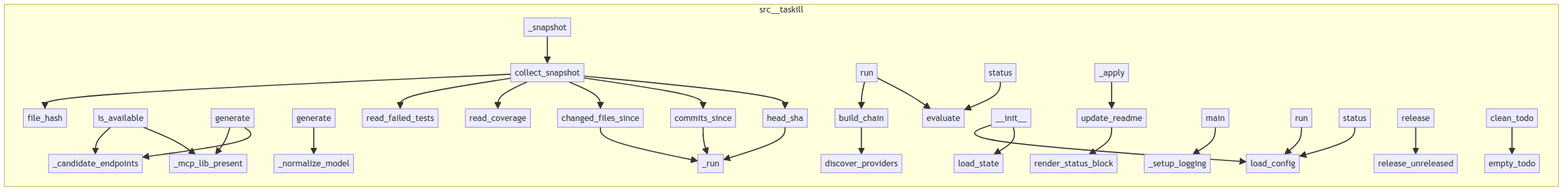
Before: project/calls.png, a diagram exported from Mermaid (semcod/taskill). Its source is kept beside it as project/calls.mmd. Source of this version:
```mermaid
flowchart LR
    subgraph src__taskill
        src__taskill__config__load_config["load_config"]
        src__taskill__git_state__file_hash["file_hash"]
        src__taskill__state__load_state["load_state"]
        src__taskill__cli___setup_logging["_setup_logging"]
        src__taskill__git_state__collect_snapshot["collect_snapshot"]
        src__taskill__providers__openrouter___normalize_model["_normalize_model"]
        src__taskill__core__Taskill__run["run"]
        src__taskill__core__Taskill___snapshot["_snapshot"]
        src__taskill__core__Taskill__status["status"]
        src__taskill__git_state__read_failed_tests["read_failed_tests"]
        src__taskill__cli__run["run"]
        src__taskill__updaters__readme__render_status_block["render_status_block"]
        src__taskill__providers__windsurf_mcp___mcp_lib_present["_mcp_lib_present"]
        src__taskill__git_state___run["_run"]
        src__taskill__updaters__changelog__release_unreleased["release_unreleased"]
        src__taskill__git_state__changed_files_since["changed_files_since"]
        src__taskill__providers__discover_providers["discover_providers"]
        src__taskill__cli__release["release"]
        src__taskill__providers__windsurf_mcp___candidate_endpoints["_candidate_endpoints"]
        src__taskill__providers__windsurf_mcp__WindsurfMcpProvider__is_available["is_available"]
        src__taskill__providers__openrouter__OpenRouterProvider__generate["generate"]
        src__taskill__triggers__evaluate["evaluate"]
        src__taskill__cli__main["main"]
        src__taskill__cli__clean_todo["clean_todo"]
        src__taskill__git_state__head_sha["head_sha"]
        src__taskill__providers__build_chain["build_chain"]
        src__taskill__updaters__readme__update_readme["update_readme"]
        src__taskill__cli__status["status"]
        src__taskill__git_state__commits_since["commits_since"]
        src__taskill__git_state__read_coverage["read_coverage"]
        src__taskill__core__Taskill____init__["__init__"]
        src__taskill__providers__windsurf_mcp__WindsurfMcpProvider__generate["generate"]
        src__taskill__core__Taskill___apply["_apply"]
        src__taskill__updaters__todo__empty_todo["empty_todo"]
    end
    src__taskill__providers__build_chain --> src__taskill__providers__discover_providers
    src__taskill__providers__windsurf_mcp__WindsurfMcpProvider__is_available --> src__taskill__providers__windsurf_mcp___mcp_lib_present
    src__taskill__providers__windsurf_mcp__WindsurfMcpProvider__is_available --> src__taskill__providers__windsurf_mcp___candidate_endpoints
    src__taskill__providers__windsurf_mcp__WindsurfMcpProvider__generate --> src__taskill__providers__windsurf_mcp___candidate_endpoints
    src__taskill__providers__windsurf_mcp__WindsurfMcpProvider__generate --> src__taskill__providers__windsurf_mcp___mcp_lib_present
    src__taskill__providers__openrouter__OpenRouterProvider__generate --> src__taskill__providers__openrouter___normalize_model
    src__taskill__git_state__head_sha --> src__taskill__git_state___run
    src__taskill__git_state__commits_since --> src__taskill__git_state___run
    src__taskill__git_state__changed_files_since --> src__taskill__git_state___run
    src__taskill__git_state__collect_snapshot --> src__taskill__git_state__head_sha
    src__taskill__git_state__collect_snapshot --> src__taskill__git_state__commits_since
    src__taskill__git_state__collect_snapshot --> src__taskill__git_state__changed_files_since
    src__taskill__git_state__collect_snapshot --> src__taskill__git_state__read_coverage
    src__taskill__git_state__collect_snapshot --> src__taskill__git_state__read_failed_tests
    src__taskill__git_state__collect_snapshot --> src__taskill__git_state__file_hash
    src__taskill__updaters__readme__update_readme --> src__taskill__updaters__readme__render_status_block
    src__taskill__core__Taskill____init__ --> src__taskill__state__load_state
    src__taskill__core__Taskill____init__ --> src__taskill__config__load_config
    src__taskill__core__Taskill__run --> src__taskill__triggers__evaluate
    src__taskill__core__Taskill__run --> src__taskill__providers__build_chain
    src__taskill__core__Taskill__status --> src__taskill__triggers__evaluate
    src__taskill__core__Taskill___snapshot --> src__taskill__git_state__collect_snapshot
    src__taskill__core__Taskill___apply --> src__taskill__updaters__readme__update_readme
    src__taskill__cli__main --> src__taskill__cli___setup_logging
    src__taskill__cli__run --> src__taskill__config__load_config
    src__taskill__cli__status --> src__taskill__config__load_config
    src__taskill__cli__release --> src__taskill__updaters__changelog__release_unreleased
    src__taskill__cli__clean_todo --> src__taskill__updaters__todo__empty_todo
```
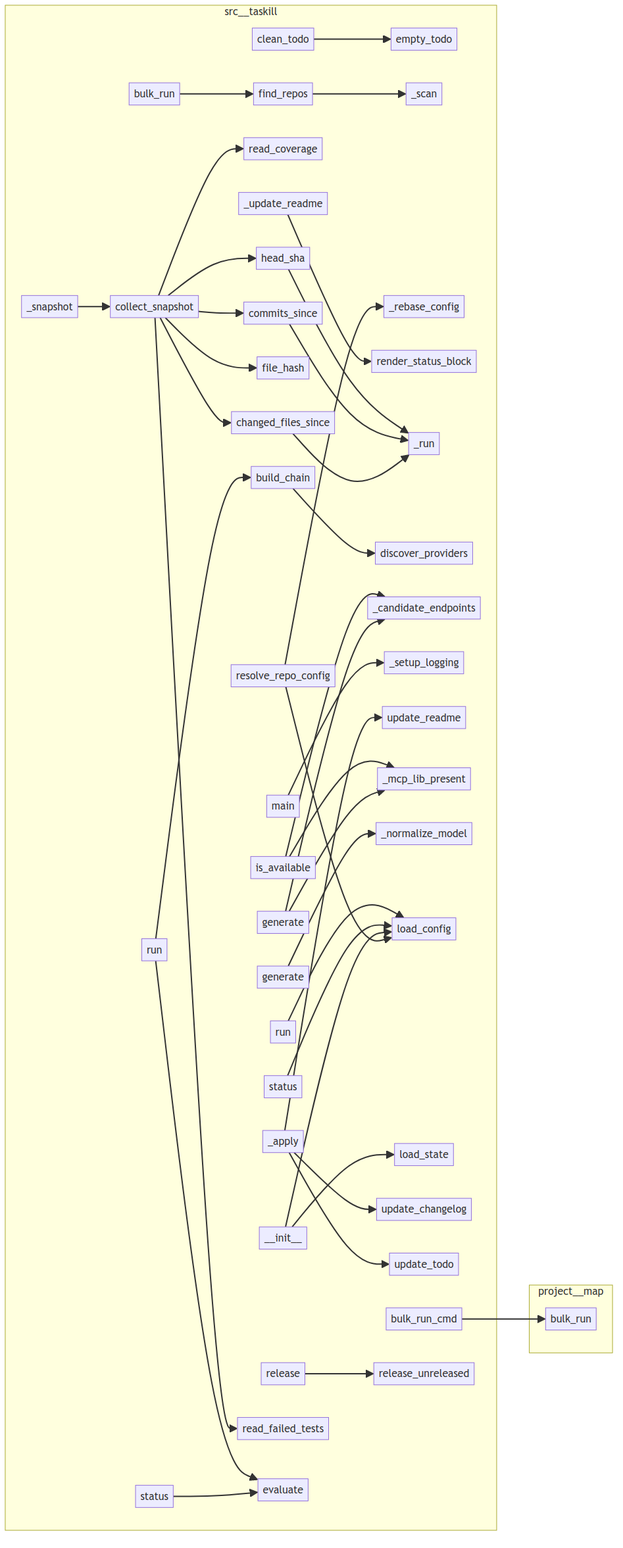
Later version of the same file.

The edit, as a diff of the source:
```diff
@@ -1,46 +1,58 @@
 flowchart LR
+    subgraph project__map
+        project__map__toon__bulk_run["bulk_run"]
+    end
     subgraph src__taskill
+        src__taskill__updaters__todo__empty_todo["empty_todo"]
+        src__taskill__bulk___scan["_scan"]
+        src__taskill__cli__release["release"]
+        src__taskill__bulk___rebase_config["_rebase_config"]
+        src__taskill__updaters__readme__render_status_block["render_status_block"]
+        src__taskill__bulk__resolve_repo_config["resolve_repo_config"]
+        src__taskill__git_state__read_coverage["read_coverage"]
+        src__taskill__core__Taskill___apply["_apply"]
+        src__taskill__git_state__commits_since["commits_since"]
+        src__taskill__updaters__readme__ReadmeUpdater___update_readme["_update_readme"]
+        src__taskill__git_state__file_hash["file_hash"]
+        src__taskill__git_state___run["_run"]
+        src__taskill__bulk__bulk_run["bulk_run"]
+        src__taskill__providers__discover_providers["discover_providers"]
+        src__taskill__core__Taskill__status["status"]
+        src__taskill__providers__windsurf_mcp___candidate_endpoints["_candidate_endpoints"]
+        src__taskill__cli___setup_logging["_setup_logging"]
+        src__taskill__providers__windsurf_mcp__WindsurfMcpProvider__generate["generate"]
+        src__taskill__git_state__collect_snapshot["collect_snapshot"]
+        src__taskill__core__Taskill__run["run"]
+        src__taskill__cli__status["status"]
+        src__taskill__git_state__changed_files_since["changed_files_since"]
+        src__taskill__updaters__readme__update_readme["update_readme"]
+        src__taskill__providers__windsurf_mcp___mcp_lib_present["_mcp_lib_present"]
+        src__taskill__providers__openrouter___normalize_model["_normalize_model"]
+        src__taskill__cli__clean_todo["clean_todo"]
+        src__taskill__bulk__find_repos["find_repos"]
+        src__taskill__cli__main["main"]
+        src__taskill__providers__openrouter__OpenRouterProvider__generate["generate"]
         src__taskill__config__load_config["load_config"]
-        src__taskill__git_state__file_hash["file_hash"]
+        src__taskill__core__Taskill____init__["__init__"]
+        src__taskill__providers__build_chain["build_chain"]
         src__taskill__state__load_state["load_state"]
-        src__taskill__cli___setup_logging["_setup_logging"]
-        src__taskill__git_state__collect_snapshot["collect_snapshot"]
-        src__taskill__providers__openrouter___normalize_model["_normalize_model"]
-        src__taskill__core__Taskill__run["run"]
+        src__taskill__updaters__changelog__update_changelog["update_changelog"]
+        src__taskill__providers__windsurf_mcp__WindsurfMcpProvider__is_available["is_available"]
+        src__taskill__cli__run["run"]
+        src__taskill__git_state__head_sha["head_sha"]
+        src__taskill__git_state__read_failed_tests["read_failed_tests"]
+        src__taskill__triggers__evaluate["evaluate"]
+        src__taskill__updaters__todo__update_todo["update_todo"]
         src__taskill__core__Taskill___snapshot["_snapshot"]
-        src__taskill__core__Taskill__status["status"]
-        src__taskill__git_state__read_failed_tests["read_failed_tests"]
-        src__taskill__cli__run["run"]
-        src__taskill__updaters__readme__render_status_block["render_status_block"]
-        src__taskill__providers__windsurf_mcp___mcp_lib_present["_mcp_lib_present"]
-        src__taskill__git_state___run["_run"]
+        src__taskill__cli__bulk_run_cmd["bulk_run_cmd"]
         src__taskill__updaters__changelog__release_unreleased["release_unreleased"]
-        src__taskill__git_state__changed_files_since["changed_files_since"]
-        src__taskill__providers__discover_providers["discover_providers"]
-        src__taskill__cli__release["release"]
-        src__taskill__providers__windsurf_mcp___candidate_endpoints["_candidate_endpoints"]
-        src__taskill__providers__windsurf_mcp__WindsurfMcpProvider__is_available["is_available"]
-        src__taskill__providers__openrouter__OpenRouterProvider__generate["generate"]
-        src__taskill__triggers__evaluate["evaluate"]
-        src__taskill__cli__main["main"]
-        src__taskill__cli__clean_todo["clean_todo"]
-        src__taskill__git_state__head_sha["head_sha"]
-        src__taskill__providers__build_chain["build_chain"]
-        src__taskill__updaters__readme__update_readme["update_readme"]
-        src__taskill__cli__status["status"]
-        src__taskill__git_state__commits_since["commits_since"]
-        src__taskill__git_state__read_coverage["read_coverage"]
-        src__taskill__core__Taskill____init__["__init__"]
-        src__taskill__providers__windsurf_mcp__WindsurfMcpProvider__generate["generate"]
-        src__taskill__core__Taskill___apply["_apply"]
-        src__taskill__updaters__todo__empty_todo["empty_todo"]
     end
-    src__taskill__providers__build_chain --> src__taskill__providers__discover_providers
-    src__taskill__providers__windsurf_mcp__WindsurfMcpProvider__is_available --> src__taskill__providers__windsurf_mcp___mcp_lib_present
-    src__taskill__providers__windsurf_mcp__WindsurfMcpProvider__is_available --> src__taskill__providers__windsurf_mcp___candidate_endpoints
-    src__taskill__providers__windsurf_mcp__WindsurfMcpProvider__generate --> src__taskill__providers__windsurf_mcp___candidate_endpoints
-    src__taskill__providers__windsurf_mcp__WindsurfMcpProvider__generate --> src__taskill__providers__windsurf_mcp___mcp_lib_present
-    src__taskill__providers__openrouter__OpenRouterProvider__generate --> src__taskill__providers__openrouter___normalize_model
+    src__taskill__cli__main --> src__taskill__cli___setup_logging
+    src__taskill__cli__run --> src__taskill__config__load_config
+    src__taskill__cli__status --> src__taskill__config__load_config
+    src__taskill__cli__release --> src__taskill__updaters__changelog__release_unreleased
+    src__taskill__cli__bulk_run_cmd --> project__map__toon__bulk_run
+    src__taskill__cli__clean_todo --> src__taskill__updaters__todo__empty_todo
     src__taskill__git_state__head_sha --> src__taskill__git_state___run
     src__taskill__git_state__commits_since --> src__taskill__git_state___run
     src__taskill__git_state__changed_files_since --> src__taskill__git_state___run
@@ -50,16 +62,23 @@
     src__taskill__git_state__collect_snapshot --> src__taskill__git_state__read_coverage
     src__taskill__git_state__collect_snapshot --> src__taskill__git_state__read_failed_tests
     src__taskill__git_state__collect_snapshot --> src__taskill__git_state__file_hash
-    src__taskill__updaters__readme__update_readme --> src__taskill__updaters__readme__render_status_block
     src__taskill__core__Taskill____init__ --> src__taskill__state__load_state
     src__taskill__core__Taskill____init__ --> src__taskill__config__load_config
     src__taskill__core__Taskill__run --> src__taskill__triggers__evaluate
     src__taskill__core__Taskill__run --> src__taskill__providers__build_chain
     src__taskill__core__Taskill__status --> src__taskill__triggers__evaluate
     src__taskill__core__Taskill___snapshot --> src__taskill__git_state__collect_snapshot
+    src__taskill__core__Taskill___apply --> src__taskill__updaters__changelog__update_changelog
+    src__taskill__core__Taskill___apply --> src__taskill__updaters__todo__update_todo
     src__taskill__core__Taskill___apply --> src__taskill__updaters__readme__update_readme
-    src__taskill__cli__main --> src__taskill__cli___setup_logging
-    src__taskill__cli__run --> src__taskill__config__load_config
-    src__taskill__cli__status --> src__taskill__config__load_config
-    src__taskill__cli__release --> src__taskill__updaters__changelog__release_unreleased
-    src__taskill__cli__clean_todo --> src__taskill__updaters__todo__empty_todo
+    src__taskill__updaters__readme__ReadmeUpdater___update_readme --> src__taskill__updaters__readme__render_status_block
+    src__taskill__providers__windsurf_mcp__WindsurfMcpProvider__is_available --> src__taskill__providers__windsurf_mcp___mcp_lib_present
+    src__taskill__providers__windsurf_mcp__WindsurfMcpProvider__is_available --> src__taskill__providers__windsurf_mcp___candidate_endpoints
+    src__taskill__providers__windsurf_mcp__WindsurfMcpProvider__generate --> src__taskill__providers__windsurf_mcp___candidate_endpoints
+    src__taskill__providers__windsurf_mcp__WindsurfMcpProvider__generate --> src__taskill__providers__windsurf_mcp___mcp_lib_present
+    src__taskill__providers__openrouter__OpenRouterProvider__generate --> src__taskill__providers__openrouter___normalize_model
+    src__taskill__providers__build_chain --> src__taskill__providers__discover_providers
+    src__taskill__bulk__find_repos --> src__taskill__bulk___scan
+    src__taskill__bulk__resolve_repo_config --> src__taskill__config__load_config
+    src__taskill__bulk__resolve_repo_config --> src__taskill__bulk___rebase_config
+    src__taskill__bulk__bulk_run --> src__taskill__bulk__find_repos
```
